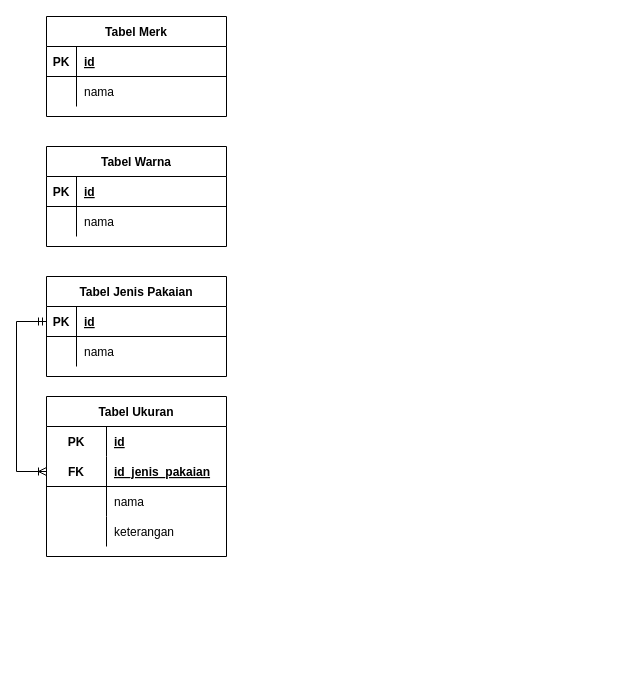
The draw.io diagram app/database/Database Schema.drawio in yafizh/aplikasi-kasir-watchout-triset, before the edit. Source tidied: cells renumbered, new cells numbered last; positions are measured from the earlier drawing's top-left corner, leaving out a move shared by most shapes. Both pictures are drawn from the tidied source at 100%, with x=0, y=0 at pixel (16, 16).
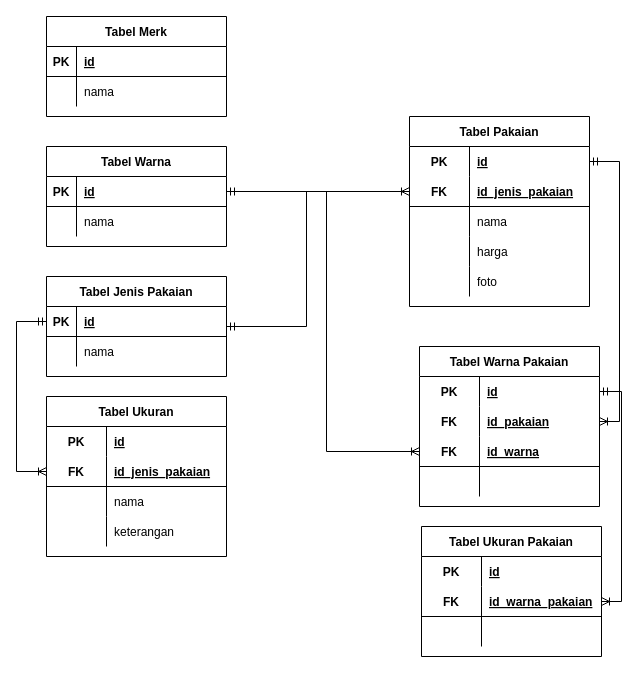
After the change.

The change refers to these unchanged cells:
```xml
<mxCell id="3" style="shape=tableRow;horizontal=0;startSize=0;swimlaneHead=0;swimlaneBody=0;fillColor=none;points=[[0,0.5],[1,0.5]];portConstraint=eastwest;top=0;left=0;right=0;bottom=1;" parent="2" vertex="1">
  <mxGeometry y="30" width="180" height="30" as="geometry" />
</mxCell>
<mxCell id="16" value="Tabel Jenis Pakaian" style="shape=table;startSize=30;childLayout=tableLayout;rowLines=0;fontStyle=1;align=center;" parent="1" vertex="1">
  <mxGeometry x="30" y="260" width="180" height="100" as="geometry" />
</mxCell>
```

What changed in the source:
```diff
@@
+    <mxCell id="37" style="edgeStyle=orthogonalEdgeStyle;rounded=0;jettySize=auto;html=1;entryX=0;entryY=0.5;entryDx=0;entryDy=0;startArrow=ERmandOne;startFill=0;endArrow=ERoneToMany;endFill=0;" parent="1" edge="1" source="16" target="42">
+      <mxGeometry relative="1" as="geometry">
+        <Array as="points">
+          <mxPoint x="290" y="310" />
+          <mxPoint x="290" y="175" />
+        </Array>
+      </mxGeometry>
+    </mxCell>
@@
+    <mxCell id="38" value="Tabel Pakaian" style="shape=table;startSize=30;childLayout=tableLayout;rowLines=0;fontStyle=1;align=center;" parent="1" vertex="1">
+      <mxGeometry x="393" y="100" width="180" height="190" as="geometry" />
+    </mxCell>
+    <mxCell id="39" style="shape=tableRow;horizontal=0;startSize=0;swimlaneHead=0;swimlaneBody=0;fillColor=none;points=[[0,0.5],[1,0.5]];portConstraint=eastwest;top=0;left=0;right=0;bottom=0;" parent="38" vertex="1">
+      <mxGeometry y="30" width="180" height="30" as="geometry" />
+    </mxCell>
+    <mxCell id="40" value="PK" style="shape=partialRectangle;fillColor=none;top=0;left=0;bottom=0;right=0;fontStyle=1;overflow=hidden;" parent="39" vertex="1">
+      <mxGeometry width="60" height="30" as="geometry" />
+    </mxCell>
+    <mxCell id="41" value="id" style="shape=partialRectangle;fillColor=none;top=0;left=0;bottom=0;right=0;align=left;spacingLeft=6;fontStyle=5;overflow=hidden;" parent="39" vertex="1">
+      <mxGeometry x="60" width="120" height="30" as="geometry" />
+    </mxCell>
+    <mxCell id="42" style="shape=tableRow;horizontal=0;startSize=0;swimlaneHead=0;swimlaneBody=0;fillColor=none;points=[[0,0.5],[1,0.5]];portConstraint=eastwest;top=0;left=0;right=0;bottom=1;" parent="38" vertex="1">
+      <mxGeometry y="60" width="180" height="30" as="geometry" />
+    </mxCell>
+    <mxCell id="43" value="FK" style="shape=partialRectangle;fillColor=none;top=0;left=0;bottom=0;right=0;fontStyle=1;overflow=hidden;" parent="42" vertex="1">
+      <mxGeometry width="60" height="30" as="geometry" />
+    </mxCell>
+    <mxCell id="44" value="id_jenis_pakaian" style="shape=partialRectangle;fillColor=none;top=0;left=0;bottom=0;right=0;align=left;spacingLeft=6;fontStyle=5;overflow=hidden;" parent="42" vertex="1">
+      <mxGeometry x="60" width="120" height="30" as="geometry" />
+    </mxCell>
+    <mxCell id="45" style="shape=tableRow;horizontal=0;startSize=0;swimlaneHead=0;swimlaneBody=0;fillColor=none;top=0;left=0;right=0;bottom=0;" parent="38" vertex="1">
+      <mxGeometry y="90" width="180" height="30" as="geometry" />
+    </mxCell>
+    <mxCell id="46" style="shape=partialRectangle;fillColor=none;top=0;left=0;bottom=0;right=0;overflow=hidden;" parent="45" vertex="1">
+      <mxGeometry width="60" height="30" as="geometry" />
+    </mxCell>
+    <mxCell id="47" value="nama" style="shape=partialRectangle;fillColor=none;top=0;left=0;bottom=0;right=0;align=left;spacingLeft=6;overflow=hidden;" parent="45" vertex="1">
+      <mxGeometry x="60" width="120" height="30" as="geometry" />
+    </mxCell>
+    <mxCell id="48" style="shape=tableRow;horizontal=0;startSize=0;swimlaneHead=0;swimlaneBody=0;fillColor=none;top=0;left=0;right=0;bottom=0;" parent="38" vertex="1">
+      <mxGeometry y="120" width="180" height="30" as="geometry" />
+    </mxCell>
+    <mxCell id="49" style="shape=partialRectangle;fillColor=none;top=0;left=0;bottom=0;right=0;overflow=hidden;" parent="48" vertex="1">
+      <mxGeometry width="60" height="30" as="geometry" />
+    </mxCell>
+    <mxCell id="50" value="harga" style="shape=partialRectangle;fillColor=none;top=0;left=0;bottom=0;right=0;align=left;spacingLeft=6;overflow=hidden;" parent="48" vertex="1">
+      <mxGeometry x="60" width="120" height="30" as="geometry" />
+    </mxCell>
+    <mxCell id="51" style="shape=tableRow;horizontal=0;startSize=0;swimlaneHead=0;swimlaneBody=0;fillColor=none;top=0;left=0;right=0;bottom=0;" parent="38" vertex="1">
+      <mxGeometry y="150" width="180" height="30" as="geometry" />
+    </mxCell>
+    <mxCell id="52" style="shape=partialRectangle;fillColor=none;top=0;left=0;bottom=0;right=0;overflow=hidden;" parent="51" vertex="1">
+      <mxGeometry width="60" height="30" as="geometry" />
+    </mxCell>
+    <mxCell id="53" value="foto" style="shape=partialRectangle;fillColor=none;top=0;left=0;bottom=0;right=0;align=left;spacingLeft=6;overflow=hidden;" parent="51" vertex="1">
+      <mxGeometry x="60" width="120" height="30" as="geometry" />
+    </mxCell>
+    <mxCell id="54" value="Tabel Warna Pakaian" style="shape=table;startSize=30;childLayout=tableLayout;rowLines=0;fontStyle=1;align=center;" parent="1" vertex="1">
+      <mxGeometry x="403" y="330" width="180" height="160" as="geometry" />
+    </mxCell>
+    <mxCell id="55" style="shape=tableRow;horizontal=0;startSize=0;swimlaneHead=0;swimlaneBody=0;fillColor=none;points=[[0,0.5],[1,0.5]];portConstraint=eastwest;top=0;left=0;right=0;bottom=0;" parent="54" vertex="1">
+      <mxGeometry y="30" width="180" height="30" as="geometry" />
+    </mxCell>
+    <mxCell id="56" value="PK" style="shape=partialRectangle;fillColor=none;top=0;left=0;bottom=0;right=0;fontStyle=1;overflow=hidden;" parent="55" vertex="1">
+      <mxGeometry width="60" height="30" as="geometry" />
+    </mxCell>
+    <mxCell id="57" value="id" style="shape=partialRectangle;fillColor=none;top=0;left=0;bottom=0;right=0;align=left;spacingLeft=6;fontStyle=5;overflow=hidden;" parent="55" vertex="1">
+      <mxGeometry x="60" width="120" height="30" as="geometry" />
+    </mxCell>
+    <mxCell id="58" style="shape=tableRow;horizontal=0;startSize=0;swimlaneHead=0;swimlaneBody=0;fillColor=none;points=[[0,0.5],[1,0.5]];portConstraint=eastwest;top=0;left=0;right=0;bottom=0;" parent="54" vertex="1">
+      <mxGeometry y="60" width="180" height="30" as="geometry" />
+    </mxCell>
+    <mxCell id="59" value="FK" style="shape=partialRectangle;fillColor=none;top=0;left=0;bottom=0;right=0;fontStyle=1;overflow=hidden;" parent="58" vertex="1">
+      <mxGeometry width="60" height="30" as="geometry" />
+    </mxCell>
+    <mxCell id="60" value="id_pakaian" style="shape=partialRectangle;fillColor=none;top=0;left=0;bottom=0;right=0;align=left;spacingLeft=6;fontStyle=5;overflow=hidden;" parent="58" vertex="1">
+      <mxGeometry x="60" width="120" height="30" as="geometry" />
+    </mxCell>
+    <mxCell id="61" style="shape=tableRow;horizontal=0;startSize=0;swimlaneHead=0;swimlaneBody=0;fillColor=none;points=[[0,0.5],[1,0.5]];portConstraint=eastwest;top=0;left=0;right=0;bottom=1;" parent="54" vertex="1">
+      <mxGeometry y="90" width="180" height="30" as="geometry" />
+    </mxCell>
+    <mxCell id="62" value="FK" style="shape=partialRectangle;fillColor=none;top=0;left=0;bottom=0;right=0;fontStyle=1;overflow=hidden;" parent="61" vertex="1">
+      <mxGeometry width="60" height="30" as="geometry" />
+    </mxCell>
+    <mxCell id="63" value="id_warna" style="shape=partialRectangle;fillColor=none;top=0;left=0;bottom=0;right=0;align=left;spacingLeft=6;fontStyle=5;overflow=hidden;" parent="61" vertex="1">
+      <mxGeometry x="60" width="120" height="30" as="geometry" />
+    </mxCell>
+    <mxCell id="64" style="shape=tableRow;horizontal=0;startSize=0;swimlaneHead=0;swimlaneBody=0;fillColor=none;top=0;left=0;right=0;bottom=0;" parent="54" vertex="1">
+      <mxGeometry y="120" width="180" height="30" as="geometry" />
+    </mxCell>
+    <mxCell id="65" style="shape=partialRectangle;fillColor=none;top=0;left=0;bottom=0;right=0;overflow=hidden;" parent="64" vertex="1">
+      <mxGeometry width="60" height="30" as="geometry" />
+    </mxCell>
+    <mxCell id="66" style="shape=partialRectangle;fillColor=none;top=0;left=0;bottom=0;right=0;align=left;spacingLeft=6;overflow=hidden;" parent="64" vertex="1">
+      <mxGeometry x="60" width="120" height="30" as="geometry" />
+    </mxCell>
+    <mxCell id="67" style="edgeStyle=orthogonalEdgeStyle;rounded=0;jettySize=auto;html=1;entryX=1;entryY=0.5;entryDx=0;entryDy=0;startArrow=ERmandOne;startFill=0;endArrow=ERoneToMany;endFill=0;" parent="1" edge="1" source="39" target="58">
+      <mxGeometry relative="1" as="geometry" />
+    </mxCell>
+    <mxCell id="68" style="edgeStyle=orthogonalEdgeStyle;rounded=0;jettySize=auto;html=1;entryX=0;entryY=0.5;entryDx=0;entryDy=0;startArrow=ERmandOne;startFill=0;endArrow=ERoneToMany;endFill=0;" parent="1" edge="1" source="3" target="61">
+      <mxGeometry relative="1" as="geometry">
+        <Array as="points">
+          <mxPoint x="310" y="175" />
+          <mxPoint x="310" y="435" />
+        </Array>
+      </mxGeometry>
+    </mxCell>
+    <mxCell id="69" value="Tabel Ukuran Pakaian" style="shape=table;startSize=30;childLayout=tableLayout;rowLines=0;fontStyle=1;align=center;" parent="1" vertex="1">
+      <mxGeometry x="405" y="510" width="180" height="130" as="geometry" />
+    </mxCell>
+    <mxCell id="70" style="shape=tableRow;horizontal=0;startSize=0;swimlaneHead=0;swimlaneBody=0;fillColor=none;top=0;left=0;right=0;bottom=0;" parent="69" vertex="1">
+      <mxGeometry y="30" width="180" height="30" as="geometry" />
+    </mxCell>
+    <mxCell id="71" value="PK" style="shape=partialRectangle;fillColor=none;top=0;left=0;bottom=0;right=0;fontStyle=1;overflow=hidden;" parent="70" vertex="1">
+      <mxGeometry width="60" height="30" as="geometry" />
+    </mxCell>
+    <mxCell id="72" value="id" style="shape=partialRectangle;fillColor=none;top=0;left=0;bottom=0;right=0;align=left;spacingLeft=6;fontStyle=5;overflow=hidden;" parent="70" vertex="1">
+      <mxGeometry x="60" width="120" height="30" as="geometry" />
+    </mxCell>
+    <mxCell id="73" style="shape=tableRow;horizontal=0;startSize=0;swimlaneHead=0;swimlaneBody=0;fillColor=none;points=[[0,0.5],[1,0.5]];portConstraint=eastwest;top=0;left=0;right=0;bottom=1;" parent="69" vertex="1">
+      <mxGeometry y="60" width="180" height="30" as="geometry" />
+    </mxCell>
+    <mxCell id="74" value="FK" style="shape=partialRectangle;fillColor=none;top=0;left=0;bottom=0;right=0;fontStyle=1;overflow=hidden;" parent="73" vertex="1">
+      <mxGeometry width="60" height="30" as="geometry" />
+    </mxCell>
+    <mxCell id="75" value="id_warna_pakaian" style="shape=partialRectangle;fillColor=none;top=0;left=0;bottom=0;right=0;align=left;spacingLeft=6;fontStyle=5;overflow=hidden;" parent="73" vertex="1">
+      <mxGeometry x="60" width="120" height="30" as="geometry" />
+    </mxCell>
+    <mxCell id="76" style="shape=tableRow;horizontal=0;startSize=0;swimlaneHead=0;swimlaneBody=0;fillColor=none;top=0;left=0;right=0;bottom=0;" parent="69" vertex="1">
+      <mxGeometry y="90" width="180" height="30" as="geometry" />
+    </mxCell>
+    <mxCell id="77" style="shape=partialRectangle;fillColor=none;top=0;left=0;bottom=0;right=0;overflow=hidden;" parent="76" vertex="1">
+      <mxGeometry width="60" height="30" as="geometry" />
+    </mxCell>
+    <mxCell id="78" style="shape=partialRectangle;fillColor=none;top=0;left=0;bottom=0;right=0;align=left;spacingLeft=6;overflow=hidden;" parent="76" vertex="1">
+      <mxGeometry x="60" width="120" height="30" as="geometry" />
+    </mxCell>
+    <mxCell id="79" style="edgeStyle=orthogonalEdgeStyle;rounded=0;jettySize=auto;html=1;entryX=1;entryY=0.5;entryDx=0;entryDy=0;startArrow=ERmandOne;startFill=0;endArrow=ERoneToMany;endFill=0;" parent="1" edge="1" source="55" target="73">
+      <mxGeometry relative="1" as="geometry" />
+    </mxCell>
```
